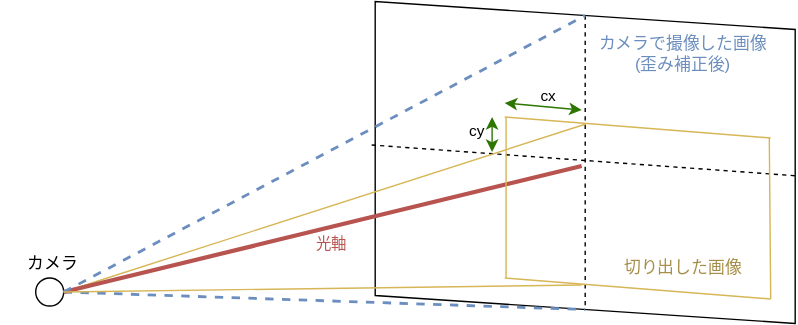
Earlier version of the draw.io export docs/camera-image-trimmed.svg (minoru-github/perspective-projection-dataset). Source tidied: cells renumbered, new cells last; positions are measured from the earlier drawing's top-left corner, leaving out a move shared by most shapes.
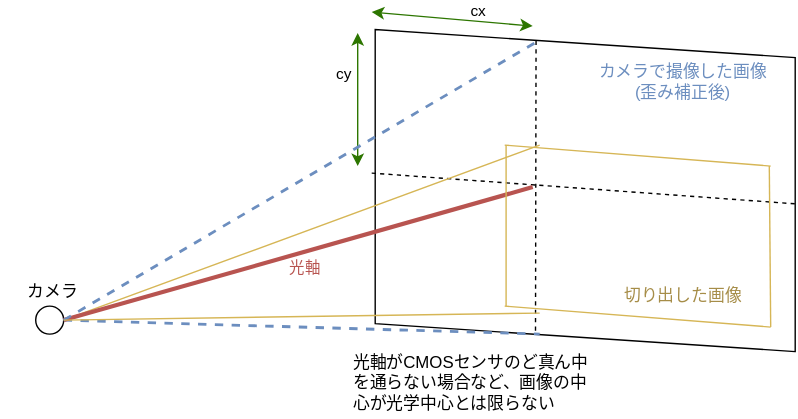
The same diagram one commit later.

Commit message:
docs: fix wrong description

Change to the diagram source:
```diff
@@ -13,21 +13,25 @@
         <mxPoint x="265" y="137" as="sourcePoint" />
       </mxGeometry>
     </mxCell>
-    <mxCell id="5" style="endArrow=none;dashed=1;html=1;entryX=0;entryY=0.5;entryDx=0;entryDy=0;exitX=1;exitY=0.5;exitDx=0;exitDy=0;" parent="1" edge="1" source="2" target="2">
-      <mxGeometry relative="1" as="geometry" />
+    <mxCell id="5" style="endArrow=none;dashed=1;html=1;exitX=0.965;exitY=0.383;exitDx=0;exitDy=0;exitPerimeter=0;" parent="1" edge="1" source="2">
+      <mxGeometry relative="1" as="geometry">
+        <mxPoint x="382" y="252" as="targetPoint" />
+      </mxGeometry>
     </mxCell>
     <mxCell id="6" style="endArrow=none;html=1;fillColor=#fff2cc;strokeColor=#d6b656;" parent="1" edge="1">
       <mxGeometry relative="1" as="geometry">
         <mxPoint x="45" y="242" as="sourcePoint" />
-        <mxPoint x="418" y="122" as="targetPoint" />
+        <mxPoint x="385" y="117" as="targetPoint" />
       </mxGeometry>
     </mxCell>
-    <mxCell id="7" style="endArrow=none;html=1;exitX=1;exitY=0.5;exitDx=0;exitDy=0;entryX=0;entryY=0.5;entryDx=0;entryDy=0;dashed=1;strokeWidth=2;fillColor=#dae8fc;strokeColor=#6c8ebf;" parent="1" edge="1" source="3" target="2">
-      <mxGeometry relative="1" as="geometry" />
+    <mxCell id="7" style="endArrow=none;html=1;exitX=1;exitY=0.5;exitDx=0;exitDy=0;dashed=1;strokeWidth=2;fillColor=#dae8fc;strokeColor=#6c8ebf;" parent="1" edge="1" source="3">
+      <mxGeometry relative="1" as="geometry">
+        <mxPoint x="385" y="252" as="targetPoint" />
+      </mxGeometry>
     </mxCell>
     <mxCell id="8" style="endArrow=none;html=1;exitX=1;exitY=0.5;exitDx=0;exitDy=0;fillColor=#f8cecc;strokeColor=#b85450;strokeWidth=3;" parent="1" edge="1" source="3">
       <mxGeometry relative="1" as="geometry">
-        <mxPoint x="415" y="152" as="targetPoint" />
+        <mxPoint x="380" y="147" as="targetPoint" />
       </mxGeometry>
     </mxCell>
     <mxCell id="9" value="光軸" style="edgeLabel;html=1;align=center;verticalAlign=middle;fontColor=#b85450;" parent="8" vertex="1">
@@ -61,8 +65,8 @@
     </mxCell>
     <mxCell id="14" style="endArrow=classic;startArrow=classic;html=1;fillColor=#60a917;strokeColor=#2D7600;" parent="1" edge="1">
       <mxGeometry relative="1" as="geometry">
-        <mxPoint x="360" y="107" as="sourcePoint" />
-        <mxPoint x="415" y="112" as="targetPoint" />
+        <mxPoint x="265" y="22" as="sourcePoint" />
+        <mxPoint x="380" y="32" as="targetPoint" />
       </mxGeometry>
     </mxCell>
     <mxCell id="15" value="cx" style="edgeLabel;html=1;align=center;verticalAlign=middle;" parent="14" vertex="1">
@@ -72,8 +76,8 @@
     </mxCell>
     <mxCell id="16" style="endArrow=classic;startArrow=classic;html=1;fillColor=#60a917;strokeColor=#2D7600;" parent="1" edge="1">
       <mxGeometry relative="1" as="geometry">
-        <mxPoint x="351" y="142" as="sourcePoint" />
-        <mxPoint x="351" y="117" as="targetPoint" />
+        <mxPoint x="255" y="132" as="sourcePoint" />
+        <mxPoint x="255" y="37" as="targetPoint" />
       </mxGeometry>
     </mxCell>
     <mxCell id="17" value="cy" style="edgeLabel;html=1;align=center;verticalAlign=middle;" parent="16" vertex="1">
@@ -81,15 +85,16 @@
         <mxPoint x="-13" y="3" as="offset" />
       </mxGeometry>
     </mxCell>
-    <mxCell id="18" style="endArrow=none;html=1;entryX=1;entryY=0.5;entryDx=0;entryDy=0;strokeWidth=2;dashed=1;fillColor=#dae8fc;strokeColor=#6c8ebf;" parent="1" edge="1" target="2">
+    <mxCell id="18" style="endArrow=none;html=1;strokeWidth=2;dashed=1;fillColor=#dae8fc;strokeColor=#6c8ebf;" parent="1" edge="1">
       <mxGeometry relative="1" as="geometry">
         <mxPoint x="45" y="242" as="sourcePoint" />
+        <mxPoint x="385" y="42" as="targetPoint" />
       </mxGeometry>
     </mxCell>
     <mxCell id="19" style="endArrow=none;html=1;fillColor=#fff2cc;strokeColor=#d6b656;" parent="1" edge="1">
       <mxGeometry relative="1" as="geometry">
         <mxPoint x="45" y="242" as="sourcePoint" />
-        <mxPoint x="415" y="237" as="targetPoint" />
+        <mxPoint x="385" y="237" as="targetPoint" />
       </mxGeometry>
     </mxCell>
     <mxCell id="20" value="カメラ" style="text;html=1;strokeColor=none;fillColor=none;align=center;verticalAlign=middle;whiteSpace=wrap;rounded=0;opacity=50;" parent="1" vertex="1">
@@ -101,5 +106,8 @@
     <mxCell id="22" value="切り出した画像" style="text;html=1;align=center;verticalAlign=middle;whiteSpace=wrap;rounded=0;opacity=50;fontColor=#a68d48;" parent="1" vertex="1">
       <mxGeometry x="435" y="212" width="105" height="25" as="geometry" />
     </mxCell>
+    <mxCell id="23" value="光軸がCMOSセンサのど真ん中を通らない場合など、画像の中心が光学中心とは限らない" style="text;html=1;strokeColor=none;fillColor=none;align=left;verticalAlign=middle;whiteSpace=wrap;rounded=0;" parent="1" vertex="1">
+      <mxGeometry x="250" y="262" width="180" height="50" as="geometry" />
+    </mxCell>
   </root>
 </mxGraphModel>
```
